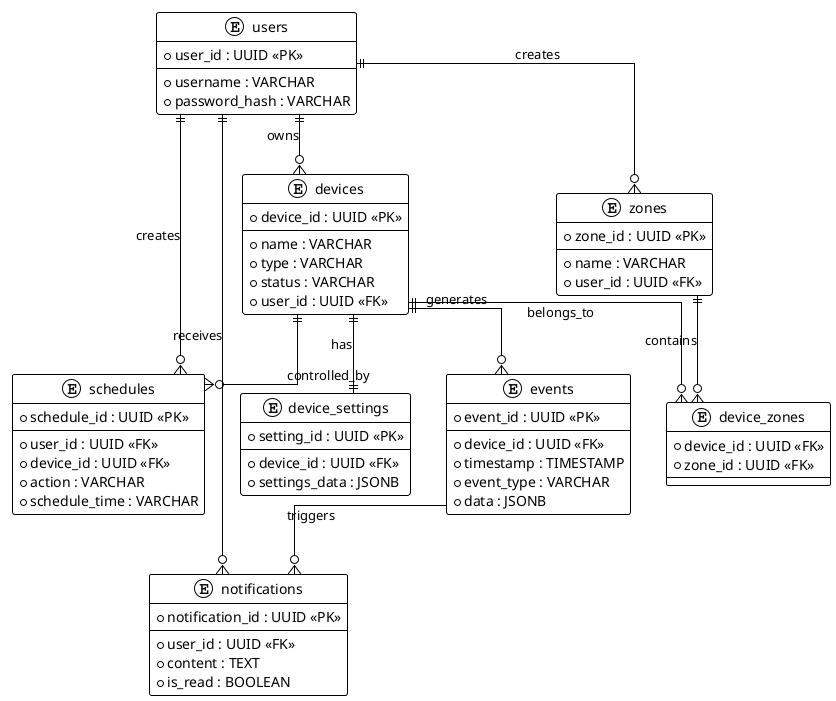
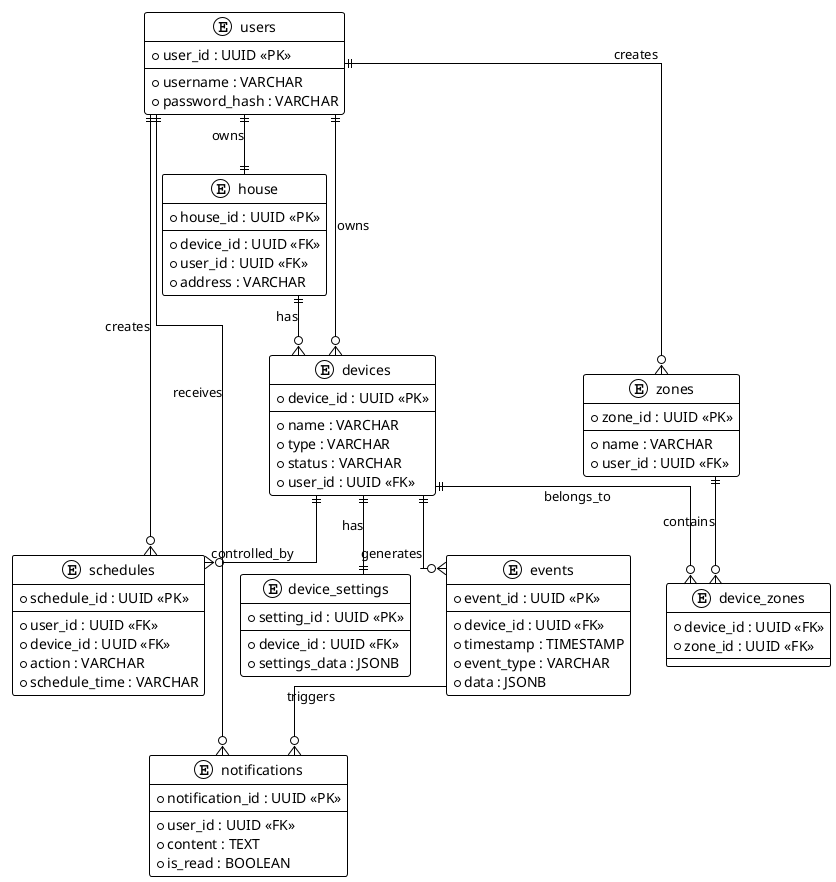
@startuml
skinparam linetype ortho
!theme plain

' Основные сущности (только самые необходимые)
entity "users" as users {
  *user_id : UUID <<PK>>
  --
  *username : VARCHAR
  *password_hash : VARCHAR
}

entity "devices" as devices {
  *device_id : UUID <<PK>>
  --
  *name : VARCHAR
  *type : VARCHAR
  *status : VARCHAR
  *user_id : UUID <<FK>>
}

entity "device_settings" as settings {
  *setting_id : UUID <<PK>>
  --
  *device_id : UUID <<FK>>
  *settings_data : JSONB
}

entity "events" as events {
  *event_id : UUID <<PK>>
  --
  *device_id : UUID <<FK>>
  *timestamp : TIMESTAMP
  *event_type : VARCHAR
  *data : JSONB
}

entity "notifications" as notifications {
  *notification_id : UUID <<PK>>
  --
  *user_id : UUID <<FK>>
  *content : TEXT
  *is_read : BOOLEAN
}

entity "schedules" as schedules {
  *schedule_id : UUID <<PK>>
  --
  *user_id : UUID <<FK>>
  *device_id : UUID <<FK>>
  *action : VARCHAR
  *schedule_time : VARCHAR
}

entity "zones" as zones {
  *zone_id : UUID <<PK>>
  --
  *name : VARCHAR
  *user_id : UUID <<FK>>
}

entity "device_zones" as device_zones {
  *device_id : UUID <<FK>>
  *zone_id : UUID <<FK>>
}

+ entity "house" as house {
+   *house_id : UUID <<PK>>
+   --
+   *device_id : UUID <<FK>>
+   *user_id : UUID <<FK>>
+   *address : VARCHAR
+ }
+ 
' Отношения
users ||--o{ devices : owns
devices ||--o{ events : generates
devices ||--|| settings : has
events --o{ notifications : triggers
users ||--o{ notifications : receives
users ||--o{ schedules : creates
devices ||--o{ schedules : controlled_by
users ||--o{ zones : creates
zones ||--o{ device_zones : contains
devices ||--o{ device_zones : belongs_to
+ users ||--|| house : owns
+ house ||--o{ devices : has
+ 

@enduml